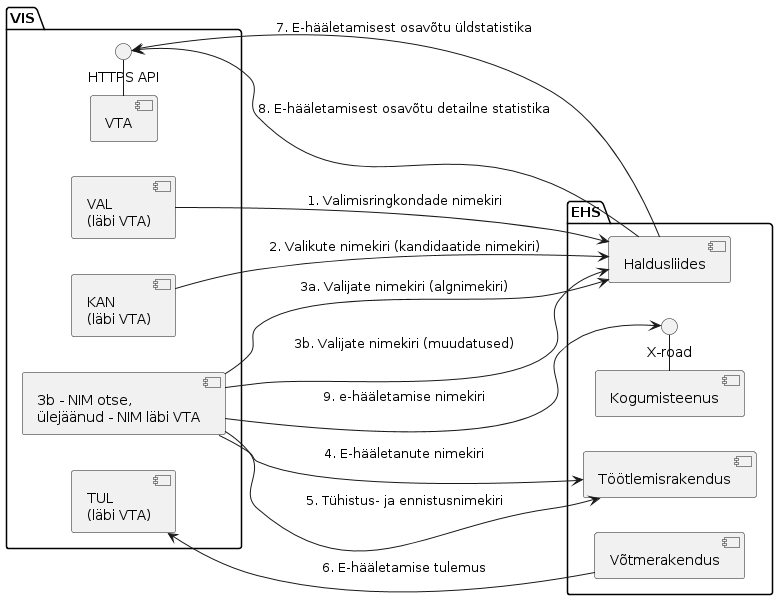
e-gov/VIS3-EHS keeps this PlantUML diagram as img/vis-ehs.png. Above is the earlier version. Its diagram source:
```plantuml
@startuml
left to right direction

package VIS {

  component "VAL\n(läbi VTA)" as VAL {
  }

  component "KAN\n(läbi VTA)" as KAN {
  }

  component "3b - NIM otse,\nülejäänud - NIM läbi VTA" as NIM {
  }

  component "TUL\n(läbi VTA)" as TUL {
  }

  () "HTTPS API" as i_vta


  component "VTA" as VTA {

  }

  component "NIM" as NIM {
  }


}



package EHS {

  component "Haldusliides" as haldus

  () "X-road" as i_xroad

  component "Kogumisteenus" as collector

  component "Töötlemisrakendus" as processor

  component "Võtmerakendus" as key

}


VAL --> haldus: 1. Valimisringkondade nimekiri
KAN --> haldus: 2. Valikute nimekiri (kandidaatide nimekiri)

NIM --> haldus: 3a. Valijate nimekiri (algnimekiri)
NIM --> haldus: 3b. Valijate nimekiri (muudatused)
NIM --> processor: 4. E-hääletanute nimekiri
NIM --> processor: 5. Tühistus- ja ennistusnimekiri


TUL <-- key: 6. E-hääletamise tulemus

VTA - i_vta

i_vta <-- haldus: 7. E-hääletamisest osavõtu üldstatistika

i_vta <-- haldus: 8. E-hääletamisest osavõtu detailne statistika


NIM --> i_xroad: 9. e-hääletamise nimekiri
collector - i_xroad
@enduml
```
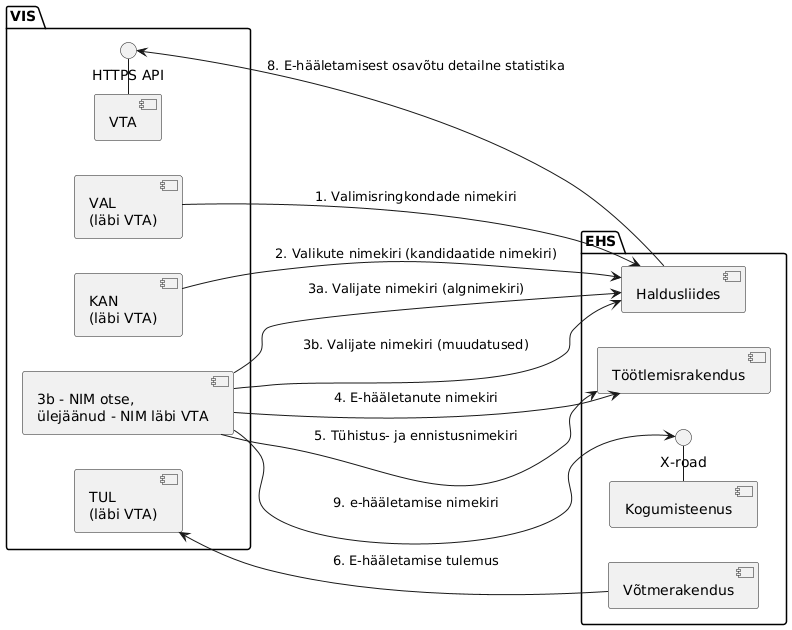
After the commit.

Commit message:
diagrammide png-de värskendus

Change to the diagram source:
```diff
@@ -1,4 +1,5 @@
 @startuml
+
 left to right direction
 
 package VIS {
@@ -58,11 +59,13 @@
 
 VTA - i_vta
 
-i_vta <-- haldus: 7. E-hääletamisest osavõtu üldstatistika
-
 i_vta <-- haldus: 8. E-hääletamisest osavõtu detailne statistika
 
 
 NIM --> i_xroad: 9. e-hääletamise nimekiri
 collector - i_xroad
+
+
+
+
 @enduml
```
